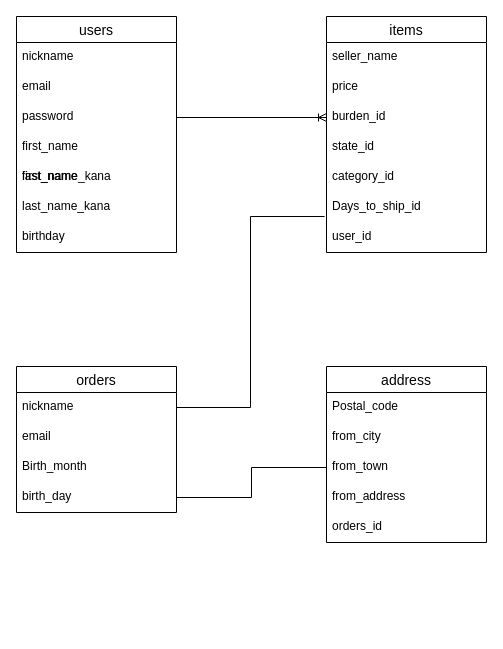
tsuyoshitorikawa/furima-34366 keeps this draw.io diagram as test.dio. Above is the earlier version. Source tidied: cells renumbered, new cells numbered last; positions are measured from the earlier drawing's top-left corner, leaving out a move shared by most shapes. Both pictures are drawn from the tidied source at 100%, with x=0, y=0 at pixel (16, 16).
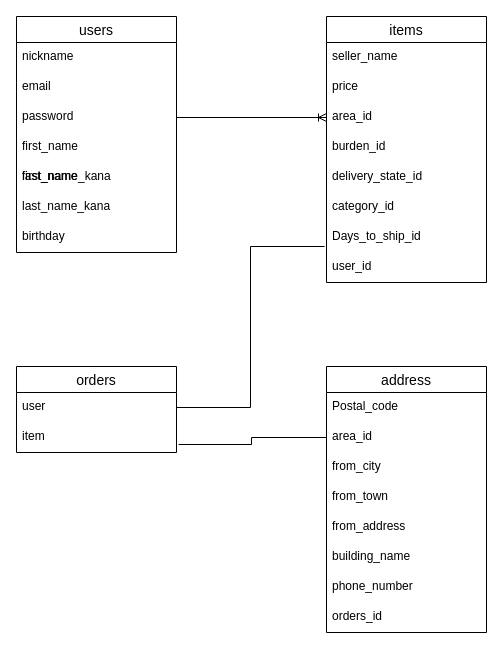
After the change.

Commit message (it also covers changes not shown here):
データベース設計4

Unchanged cells that the change refers to:
```xml
<mxCell id="6" value="first_name" style="text;strokeColor=none;fillColor=none;spacingLeft=4;spacingRight=4;overflow=hidden;points=[[0,0.5],[1,0.5]];portConstraint=eastwest;fontSize=12;" parent="2" vertex="1">
  <mxGeometry y="116" width="160" height="30" as="geometry" />
</mxCell>
```

Diff of the diagram source:
```diff
@@
     <mxCell id="10" value="items" style="swimlane;fontStyle=0;horizontal=1;startSize=26;align=center;fontSize=14;" parent="1" vertex="1">
-      <mxGeometry x="310" width="160" height="236" as="geometry" />
+      <mxGeometry x="310" width="160" height="266" as="geometry" />
     </mxCell>
@@
+    <mxCell id="34" value="area_id" style="text;strokeColor=none;fillColor=none;spacingLeft=4;spacingRight=4;overflow=hidden;fontSize=12;" parent="10" vertex="1">
+      <mxGeometry y="86" width="160" height="30" as="geometry" />
+    </mxCell>
     <mxCell id="13" value="burden_id" style="text;strokeColor=none;fillColor=none;spacingLeft=4;spacingRight=4;overflow=hidden;points=[[0,0.5],[1,0.5]];portConstraint=eastwest;fontSize=12;" parent="10" vertex="1">
-      <mxGeometry y="86" width="160" height="30" as="geometry" />
+      <mxGeometry y="116" width="160" height="30" as="geometry" />
     </mxCell>
-    <mxCell id="14" value="state_id" style="text;strokeColor=none;fillColor=none;spacingLeft=4;spacingRight=4;overflow=hidden;fontSize=12;" parent="10" vertex="1">
-      <mxGeometry y="116" width="160" height="30" as="geometry" />
-    </mxCell>
+    <mxCell id="35" value="delivery_state_id" style="text;strokeColor=none;fillColor=none;spacingLeft=4;spacingRight=4;overflow=hidden;fontSize=12;" parent="10" vertex="1">
+      <mxGeometry y="146" width="160" height="30" as="geometry" />
+    </mxCell>
     <mxCell id="15" value="category_id" style="text;strokeColor=none;fillColor=none;spacingLeft=4;spacingRight=4;overflow=hidden;fontSize=12;" parent="10" vertex="1">
-      <mxGeometry y="146" width="160" height="30" as="geometry" />
+      <mxGeometry y="176" width="160" height="30" as="geometry" />
     </mxCell>
     <mxCell id="16" value="Days_to_ship_id" style="text;strokeColor=none;fillColor=none;spacingLeft=4;spacingRight=4;overflow=hidden;points=[[0,0.5],[1,0.5]];portConstraint=eastwest;fontSize=12;" parent="10" vertex="1">
-      <mxGeometry y="176" width="160" height="30" as="geometry" />
+      <mxGeometry y="206" width="160" height="30" as="geometry" />
     </mxCell>
     <mxCell id="17" value="user_id" style="text;strokeColor=none;fillColor=none;spacingLeft=4;spacingRight=4;overflow=hidden;fontSize=12;" parent="10" vertex="1">
-      <mxGeometry y="206" width="160" height="30" as="geometry" />
+      <mxGeometry y="236" width="160" height="30" as="geometry" />
     </mxCell>
     <mxCell id="18" value="orders" style="swimlane;fontStyle=0;horizontal=1;startSize=26;align=center;fontSize=14;" parent="1" vertex="1">
-      <mxGeometry y="350" width="160" height="146" as="geometry" />
+      <mxGeometry y="350" width="160" height="86" as="geometry" />
     </mxCell>
-    <mxCell id="19" value="nickname" style="text;strokeColor=none;fillColor=none;spacingLeft=4;spacingRight=4;overflow=hidden;points=[[0,0.5],[1,0.5]];portConstraint=eastwest;fontSize=12;" parent="18" vertex="1">
+    <mxCell id="19" value="user" style="text;strokeColor=none;fillColor=none;spacingLeft=4;spacingRight=4;overflow=hidden;points=[[0,0.5],[1,0.5]];portConstraint=eastwest;fontSize=12;" parent="18" vertex="1">
       <mxGeometry y="26" width="160" height="30" as="geometry" />
     </mxCell>
-    <mxCell id="20" value="email" style="text;strokeColor=none;fillColor=none;spacingLeft=4;spacingRight=4;overflow=hidden;points=[[0,0.5],[1,0.5]];portConstraint=eastwest;fontSize=12;" parent="18" vertex="1">
+    <mxCell id="20" value="item" style="text;strokeColor=none;fillColor=none;spacingLeft=4;spacingRight=4;overflow=hidden;points=[[0,0.5],[1,0.5]];portConstraint=eastwest;fontSize=12;" parent="18" vertex="1">
       <mxGeometry y="56" width="160" height="30" as="geometry" />
     </mxCell>
-    <mxCell id="21" value="Birth_month" style="text;strokeColor=none;fillColor=none;spacingLeft=4;spacingRight=4;overflow=hidden;fontSize=12;" parent="18" vertex="1">
-      <mxGeometry y="86" width="160" height="30" as="geometry" />
-    </mxCell>
-    <mxCell id="22" value="birth_day" style="text;strokeColor=none;fillColor=none;spacingLeft=4;spacingRight=4;overflow=hidden;points=[[0,0.5],[1,0.5]];portConstraint=eastwest;fontSize=12;" parent="18" vertex="1">
-      <mxGeometry y="116" width="160" height="30" as="geometry" />
-    </mxCell>
     <mxCell id="23" value="address" style="swimlane;fontStyle=0;horizontal=1;startSize=26;align=center;fontSize=14;" parent="1" vertex="1">
-      <mxGeometry x="310" y="350" width="160" height="176" as="geometry" />
+      <mxGeometry x="310" y="350" width="160" height="266" as="geometry" />
     </mxCell>
@@
+    <mxCell id="36" value="area_id" style="text;strokeColor=none;fillColor=none;spacingLeft=4;spacingRight=4;overflow=hidden;points=[[0,0.5],[1,0.5]];portConstraint=eastwest;fontSize=12;" parent="23" vertex="1">
+      <mxGeometry y="56" width="160" height="30" as="geometry" />
+    </mxCell>
     <mxCell id="25" value="from_city" style="text;strokeColor=none;fillColor=none;spacingLeft=4;spacingRight=4;overflow=hidden;fontSize=12;" parent="23" vertex="1">
-      <mxGeometry y="56" width="160" height="30" as="geometry" />
+      <mxGeometry y="86" width="160" height="30" as="geometry" />
     </mxCell>
     <mxCell id="26" value="from_town " style="text;strokeColor=none;fillColor=none;spacingLeft=4;spacingRight=4;overflow=hidden;points=[[0,0.5],[1,0.5]];portConstraint=eastwest;fontSize=12;" parent="23" vertex="1">
-      <mxGeometry y="86" width="160" height="30" as="geometry" />
+      <mxGeometry y="116" width="160" height="30" as="geometry" />
     </mxCell>
     <mxCell id="27" value="from_address" style="text;strokeColor=none;fillColor=none;spacingLeft=4;spacingRight=4;overflow=hidden;fontSize=12;" parent="23" vertex="1">
-      <mxGeometry y="116" width="160" height="30" as="geometry" />
+      <mxGeometry y="146" width="160" height="30" as="geometry" />
     </mxCell>
+    <mxCell id="37" value="building_name" style="text;strokeColor=none;fillColor=none;spacingLeft=4;spacingRight=4;overflow=hidden;fontSize=12;" parent="23" vertex="1">
+      <mxGeometry y="176" width="160" height="30" as="geometry" />
+    </mxCell>
+    <mxCell id="38" value="phone_number" style="text;strokeColor=none;fillColor=none;spacingLeft=4;spacingRight=4;overflow=hidden;fontSize=12;" parent="23" vertex="1">
+      <mxGeometry y="206" width="160" height="30" as="geometry" />
+    </mxCell>
     <mxCell id="28" value="orders_id" style="text;strokeColor=none;fillColor=none;spacingLeft=4;spacingRight=4;overflow=hidden;fontSize=12;" parent="23" vertex="1">
-      <mxGeometry y="146" width="160" height="30" as="geometry" />
+      <mxGeometry y="236" width="160" height="30" as="geometry" />
     </mxCell>
@@
-    <mxCell id="30" style="edgeStyle=none;rounded=0;jettySize=auto;html=1;exitX=1;exitY=0.5;exitDx=0;exitDy=0;entryX=0;entryY=0.5;entryDx=0;entryDy=0;startArrow=ERmandOne;startFill=0;endArrow=ERoneToMany;endFill=0;strokeColor=none;" parent="1" edge="1" source="6" target="13">
+    <mxCell id="30" style="edgeStyle=none;rounded=0;jettySize=auto;html=1;exitX=1;exitY=0.5;exitDx=0;exitDy=0;entryX=0;entryY=0.5;entryDx=0;entryDy=0;startArrow=ERmandOne;startFill=0;endArrow=ERoneToMany;endFill=0;strokeColor=none;" parent="1" edge="1" source="6">
       <mxGeometry relative="1" as="geometry">
+        <mxPoint x="310" y="101" as="targetPoint" />
         <Array as="points">
           <mxPoint x="180" y="131" />
           <mxPoint x="260" y="131" />
         </Array>
       </mxGeometry>
     </mxCell>
@@
-    <mxCell id="33" style="edgeStyle=elbowEdgeStyle;rounded=0;jettySize=auto;html=1;exitX=1;exitY=0.5;exitDx=0;exitDy=0;entryX=0;entryY=0.5;entryDx=0;entryDy=0;startArrow=none;startFill=0;endArrow=none;endFill=0;" parent="1" edge="1" source="22" target="26">
-      <mxGeometry relative="1" as="geometry" />
-    </mxCell>
+    <mxCell id="39" style="edgeStyle=orthogonalEdgeStyle;rounded=0;jettySize=auto;html=1;exitX=0;exitY=0.5;exitDx=0;exitDy=0;entryX=1.013;entryY=0.733;entryDx=0;entryDy=0;entryPerimeter=0;endArrow=none;endFill=0;" parent="1" edge="1" source="36" target="20">
+      <mxGeometry relative="1" as="geometry" />
+    </mxCell>
```
